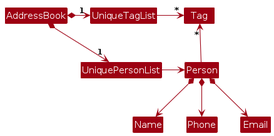
Above: diagrams/BetterModelClassDiagram.png in AY2627S1-CS2103T-T16-1/tp (PlantUML), before the change. Its source is kept beside it as diagrams/BetterModelClassDiagram.puml.
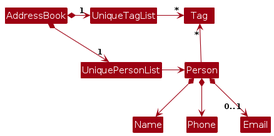
Above is the later version.

Change to the diagram source:
```diff
@@ -16,5 +16,5 @@
 
 Person *--> Name
 Person *--> Phone
-Person *--> Email
+Person *--> "0..1" Email
 @enduml
```
